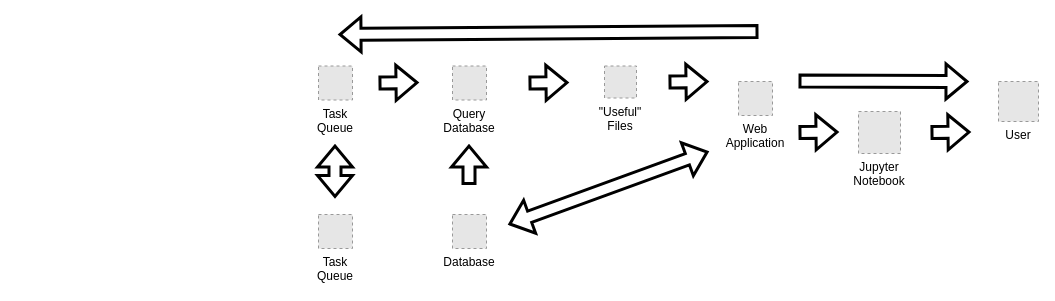
The draw.io diagram assets/images/2023-12-04-struggling-to-sync-sensors-and-databases/useful-files-to-user-via-task-queue.drawio in rdmolony/rdmolony.github.io, before the edit. Source tidied: cells renumbered, new cells numbered last; positions are measured from the earlier drawing's top-left corner, leaving out a move shared by most shapes. Both pictures are drawn from the tidied source at 100%, with x=0, y=0 at pixel (318, 31). Pictures stored in the file or linked from it are replaced by grey dashed boxes.
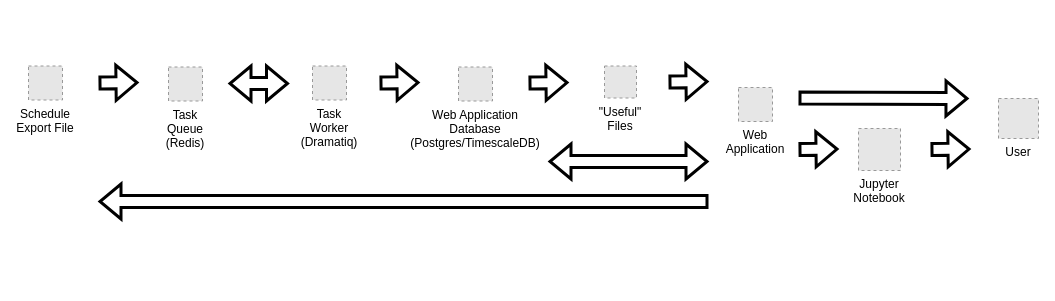
The same diagram, later.

Diff of the diagram source:
```diff
@@
-    <mxCell id="2" value="Database" style="fillColor=#E6E6E6;strokeColor=#999999;dashed=1;verticalLabelPosition=bottom;labelBackgroundColor=default;verticalAlign=top;" parent="1" vertex="1">
-      <mxGeometry x="134" y="183" width="34" height="34" as="geometry" />
+    <mxCell id="2" value="Web Application&#10;Database&#10;(Postgres/TimescaleDB)" style="fillColor=#E6E6E6;strokeColor=#999999;dashed=1;verticalLabelPosition=bottom;labelBackgroundColor=default;verticalAlign=top;" parent="1" vertex="1">
+      <mxGeometry x="140" y="35.5" width="34" height="34" as="geometry" />
     </mxCell>
@@
-    <mxCell id="5" style="shape=flexArrow;endArrow=classic;html=1;rounded=0;strokeWidth=3;" parent="1" edge="1">
-      <mxGeometry relative="1" as="geometry">
-        <mxPoint x="150.5" y="153.5" as="sourcePoint" />
-        <mxPoint x="150.5" y="113" as="targetPoint" />
-      </mxGeometry>
-    </mxCell>
-    <mxCell id="6" value="Task&#10;Queue" style="fillColor=#E6E6E6;strokeColor=#999999;dashed=1;verticalLabelPosition=bottom;labelBackgroundColor=default;verticalAlign=top;" parent="1" vertex="1">
-      <mxGeometry y="34.5" width="34" height="34" as="geometry" />
+    <mxCell id="6" value="Task&#10;Worker&#10;(Dramatiq)" style="fillColor=#E6E6E6;strokeColor=#999999;dashed=1;verticalLabelPosition=bottom;labelBackgroundColor=default;verticalAlign=top;" parent="1" vertex="1">
+      <mxGeometry x="-6" y="34.5" width="34" height="34" as="geometry" />
     </mxCell>
-    <mxCell id="7" value="Task&#10;Queue" style="fillColor=#E6E6E6;strokeColor=#999999;dashed=1;verticalLabelPosition=bottom;labelBackgroundColor=default;verticalAlign=top;" parent="1" vertex="1">
-      <mxGeometry y="183" width="34" height="34" as="geometry" />
+    <mxCell id="7" value="Task&#10;Queue&#10;(Redis)" style="fillColor=#E6E6E6;strokeColor=#999999;dashed=1;verticalLabelPosition=bottom;labelBackgroundColor=default;verticalAlign=top;" parent="1" vertex="1">
+      <mxGeometry x="-150" y="35.5" width="34" height="34" as="geometry" />
     </mxCell>
-    <mxCell id="8" style="shape=flexArrow;endArrow=classic;startArrow=classic;html=1;rounded=0;strokeWidth=3;" parent="1" edge="1">
-      <mxGeometry relative="1" as="geometry">
-        <mxPoint x="16.5" y="113" as="sourcePoint" />
-        <mxPoint x="16.5" y="166.5" as="targetPoint" />
-      </mxGeometry>
-    </mxCell>
     <mxCell id="9" style="shape=flexArrow;endArrow=classic;html=1;rounded=0;strokeWidth=3;" parent="1" edge="1">
       <mxGeometry relative="1" as="geometry">
-        <mxPoint x="60" y="51.5" as="sourcePoint" />
-        <mxPoint x="100" y="51" as="targetPoint" />
+        <mxPoint x="-220" y="51.5" as="sourcePoint" />
+        <mxPoint x="-180" y="51" as="targetPoint" />
       </mxGeometry>
     </mxCell>
     <mxCell id="10" value="Web&#10;Application" style="fillColor=#E6E6E6;strokeColor=#999999;dashed=1;verticalLabelPosition=bottom;labelBackgroundColor=default;verticalAlign=top;" parent="1" vertex="1">
-      <mxGeometry x="420" y="50" width="34" height="34" as="geometry" />
+      <mxGeometry x="420" y="56" width="34" height="34" as="geometry" />
     </mxCell>
@@
-    <mxCell id="12" value="Query&#10;Database" style="fillColor=#E6E6E6;strokeColor=#999999;dashed=1;verticalLabelPosition=bottom;labelBackgroundColor=default;verticalAlign=top;" parent="1" vertex="1">
-      <mxGeometry x="134" y="34.5" width="34" height="34" as="geometry" />
+    <mxCell id="12" value="Schedule&#10;Export File" style="fillColor=#E6E6E6;strokeColor=#999999;dashed=1;verticalLabelPosition=bottom;labelBackgroundColor=default;verticalAlign=top;" parent="1" vertex="1">
+      <mxGeometry x="-290" y="34.5" width="34" height="34" as="geometry" />
     </mxCell>
     <mxCell id="13" style="shape=flexArrow;endArrow=classic;html=1;rounded=0;strokeWidth=3;" parent="1" edge="1">
       <mxGeometry relative="1" as="geometry">
-        <mxPoint x="440" as="sourcePoint" />
-        <mxPoint x="20" y="3" as="targetPoint" />
+        <mxPoint x="390" y="170" as="sourcePoint" />
+        <mxPoint x="-220" y="170" as="targetPoint" />
       </mxGeometry>
     </mxCell>
     <mxCell id="14" style="shape=flexArrow;endArrow=classic;html=1;rounded=0;strokeWidth=3;" parent="1" edge="1">
       <mxGeometry relative="1" as="geometry">
-        <mxPoint x="480" y="49.5" as="sourcePoint" />
-        <mxPoint x="650" y="50" as="targetPoint" />
+        <mxPoint x="480" y="66.5" as="sourcePoint" />
+        <mxPoint x="650" y="67" as="targetPoint" />
       </mxGeometry>
     </mxCell>
     <mxCell id="15" value="User" style="fillColor=#E6E6E6;strokeColor=#999999;dashed=1;verticalLabelPosition=bottom;labelBackgroundColor=default;verticalAlign=top;" parent="1" vertex="1">
-      <mxGeometry x="680" y="50" width="40" height="40" as="geometry" />
+      <mxGeometry x="680" y="67" width="40" height="40" as="geometry" />
     </mxCell>
     <mxCell id="16" style="shape=flexArrow;endArrow=classic;startArrow=classic;html=1;rounded=0;strokeWidth=3;" parent="1" edge="1">
       <mxGeometry relative="1" as="geometry">
-        <mxPoint x="390" y="120" as="sourcePoint" />
-        <mxPoint x="190" y="193" as="targetPoint" />
+        <mxPoint x="390" y="130" as="sourcePoint" />
+        <mxPoint x="230" y="130" as="targetPoint" />
       </mxGeometry>
     </mxCell>
     <mxCell id="17" value="Jupyter&#10;Notebook" style="fillColor=#E6E6E6;strokeColor=#999999;dashed=1;verticalLabelPosition=bottom;labelBackgroundColor=default;verticalAlign=top;" parent="1" vertex="1">
-      <mxGeometry x="540" y="80" width="42" height="42" as="geometry" />
+      <mxGeometry x="540" y="97" width="42" height="42" as="geometry" />
     </mxCell>
     <mxCell id="18" style="shape=flexArrow;endArrow=classic;html=1;rounded=0;strokeWidth=3;" parent="1" edge="1">
       <mxGeometry relative="1" as="geometry">
-        <mxPoint x="612" y="101" as="sourcePoint" />
-        <mxPoint x="652" y="100.5" as="targetPoint" />
+        <mxPoint x="612" y="118" as="sourcePoint" />
+        <mxPoint x="652" y="117.5" as="targetPoint" />
       </mxGeometry>
     </mxCell>
     <mxCell id="19" style="shape=flexArrow;endArrow=classic;html=1;rounded=0;strokeWidth=3;" parent="1" edge="1">
       <mxGeometry relative="1" as="geometry">
-        <mxPoint x="480" y="101" as="sourcePoint" />
-        <mxPoint x="520" y="100.5" as="targetPoint" />
+        <mxPoint x="480" y="118" as="sourcePoint" />
+        <mxPoint x="520" y="117.5" as="targetPoint" />
       </mxGeometry>
     </mxCell>
+    <mxCell id="20" style="shape=flexArrow;endArrow=classic;startArrow=classic;html=1;rounded=0;entryX=0.75;entryY=1;entryDx=0;entryDy=0;strokeWidth=3;" parent="1" edge="1">
+      <mxGeometry relative="1" as="geometry">
+        <mxPoint x="-90" y="52" as="sourcePoint" />
+        <mxPoint x="-29.5" y="52" as="targetPoint" />
+      </mxGeometry>
+    </mxCell>
+    <mxCell id="21" style="shape=flexArrow;endArrow=classic;html=1;rounded=0;strokeWidth=3;" parent="1" edge="1">
+      <mxGeometry relative="1" as="geometry">
+        <mxPoint x="61" y="51.5" as="sourcePoint" />
+        <mxPoint x="101" y="51" as="targetPoint" />
+      </mxGeometry>
+    </mxCell>
```
